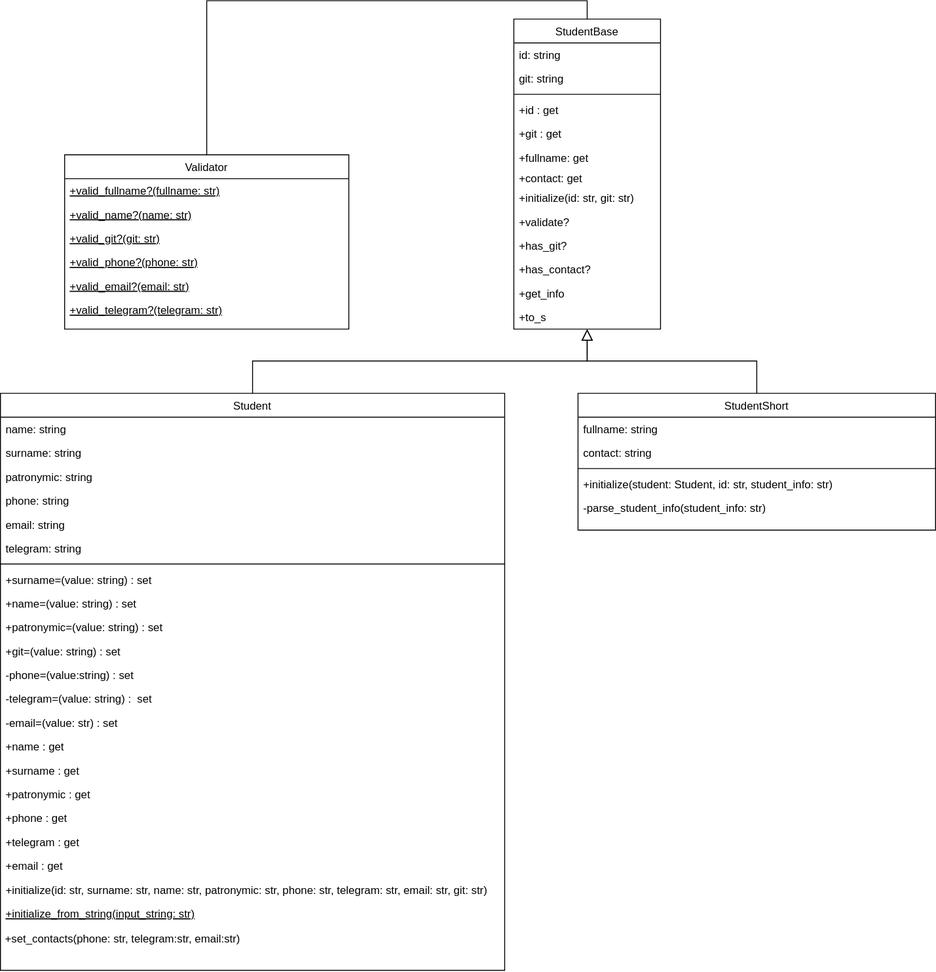
This is students/diagrams/students.svg from NoidHuma/programming_patterns, a draw.io export, as it was before one commit. Source tidied: cells renumbered, new cells last; positions are measured from the earlier drawing's top-left corner, leaving out a move shared by most shapes. The source it was exported from:
```xml
<mxGraphModel>
  <root>
    <mxCell id="0" />
    <mxCell id="1" parent="0" />
    <mxCell id="2" value="StudentBase" style="swimlane;fontStyle=0;align=center;verticalAlign=top;horizontal=1;startSize=26;rounded=0;shadow=0;strokeWidth=1;" parent="1" vertex="1">
      <mxGeometry x="560" width="160" height="338" as="geometry" />
    </mxCell>
    <mxCell id="3" value="id: string " style="text;align=left;verticalAlign=top;spacingLeft=4;spacingRight=4;overflow=hidden;rounded=0;shadow=0;html=0;" parent="2" vertex="1">
      <mxGeometry y="26" width="160" height="26" as="geometry" />
    </mxCell>
    <mxCell id="4" value="git: string&#10; " style="text;align=left;verticalAlign=top;spacingLeft=4;spacingRight=4;overflow=hidden;rounded=0;shadow=0;html=0;" parent="2" vertex="1">
      <mxGeometry y="52" width="160" height="26" as="geometry" />
    </mxCell>
    <mxCell id="5" style="line;html=1;strokeWidth=1;align=left;verticalAlign=middle;spacingTop=-1;spacingLeft=3;spacingRight=3;labelPosition=right;" parent="2" vertex="1">
      <mxGeometry y="78" width="160" height="8" as="geometry" />
    </mxCell>
    <mxCell id="6" value="+id : get" style="text;align=left;verticalAlign=top;spacingLeft=4;spacingRight=4;overflow=hidden;" parent="2" vertex="1">
      <mxGeometry y="86" width="160" height="26" as="geometry" />
    </mxCell>
    <mxCell id="7" value="+git : get" style="text;align=left;verticalAlign=top;spacingLeft=4;spacingRight=4;overflow=hidden;" parent="2" vertex="1">
      <mxGeometry y="112" width="160" height="26" as="geometry" />
    </mxCell>
    <mxCell id="8" value="+fullname: get" style="text;align=left;verticalAlign=top;spacingLeft=4;spacingRight=4;overflow=hidden;" parent="2" vertex="1">
      <mxGeometry y="138" width="160" height="22" as="geometry" />
    </mxCell>
    <mxCell id="9" value="+contact: get" style="text;align=left;verticalAlign=top;spacingLeft=4;spacingRight=4;overflow=hidden;" parent="2" vertex="1">
      <mxGeometry y="160" width="160" height="22" as="geometry" />
    </mxCell>
    <mxCell id="10" value="+initialize(id: str, git: str)" style="text;align=left;verticalAlign=top;spacingLeft=4;spacingRight=4;overflow=hidden;" parent="2" vertex="1">
      <mxGeometry y="182" width="160" height="26" as="geometry" />
    </mxCell>
    <mxCell id="11" value="+validate?" style="text;align=left;verticalAlign=top;spacingLeft=4;spacingRight=4;overflow=hidden;" parent="2" vertex="1">
      <mxGeometry y="208" width="160" height="26" as="geometry" />
    </mxCell>
    <mxCell id="12" value="+has_git?" style="text;align=left;verticalAlign=top;spacingLeft=4;spacingRight=4;overflow=hidden;" parent="2" vertex="1">
      <mxGeometry y="234" width="160" height="26" as="geometry" />
    </mxCell>
    <mxCell id="13" value="+has_contact?" style="text;align=left;verticalAlign=top;spacingLeft=4;spacingRight=4;overflow=hidden;" parent="2" vertex="1">
      <mxGeometry y="260" width="160" height="26" as="geometry" />
    </mxCell>
    <mxCell id="14" value="+get_info" style="text;align=left;verticalAlign=top;spacingLeft=4;spacingRight=4;overflow=hidden;" parent="2" vertex="1">
      <mxGeometry y="286" width="160" height="26" as="geometry" />
    </mxCell>
    <mxCell id="15" value="+to_s" style="text;align=left;verticalAlign=top;spacingLeft=4;spacingRight=4;overflow=hidden;" parent="2" vertex="1">
      <mxGeometry y="312" width="160" height="26" as="geometry" />
    </mxCell>
    <mxCell id="16" value="Student" style="swimlane;fontStyle=0;align=center;verticalAlign=top;horizontal=1;startSize=26;rounded=0;shadow=0;strokeWidth=1;" parent="1" vertex="1">
      <mxGeometry y="408" width="550" height="629" as="geometry" />
    </mxCell>
    <mxCell id="17" value="name: string" style="text;align=left;verticalAlign=top;spacingLeft=4;spacingRight=4;overflow=hidden;" parent="16" vertex="1">
      <mxGeometry y="26" width="550" height="26" as="geometry" />
    </mxCell>
    <mxCell id="18" value="surname: string" style="text;align=left;verticalAlign=top;spacingLeft=4;spacingRight=4;overflow=hidden;rounded=0;shadow=0;html=0;" parent="16" vertex="1">
      <mxGeometry y="52" width="550" height="26" as="geometry" />
    </mxCell>
    <mxCell id="19" value="patronymic: string" style="text;align=left;verticalAlign=top;spacingLeft=4;spacingRight=4;overflow=hidden;rounded=0;shadow=0;html=0;" parent="16" vertex="1">
      <mxGeometry y="78" width="550" height="26" as="geometry" />
    </mxCell>
    <mxCell id="20" value="phone: string" style="text;align=left;verticalAlign=top;spacingLeft=4;spacingRight=4;overflow=hidden;rounded=0;shadow=0;html=0;" parent="16" vertex="1">
      <mxGeometry y="104" width="550" height="26" as="geometry" />
    </mxCell>
    <mxCell id="21" value="email: string" style="text;align=left;verticalAlign=top;spacingLeft=4;spacingRight=4;overflow=hidden;rounded=0;shadow=0;html=0;" parent="16" vertex="1">
      <mxGeometry y="130" width="550" height="26" as="geometry" />
    </mxCell>
    <mxCell id="22" value="telegram: string" style="text;align=left;verticalAlign=top;spacingLeft=4;spacingRight=4;overflow=hidden;rounded=0;shadow=0;html=0;" parent="16" vertex="1">
      <mxGeometry y="156" width="550" height="26" as="geometry" />
    </mxCell>
    <mxCell id="23" style="line;html=1;strokeWidth=1;align=left;verticalAlign=middle;spacingTop=-1;spacingLeft=3;spacingRight=3;labelPosition=right;" parent="16" vertex="1">
      <mxGeometry y="182" width="550" height="8" as="geometry" />
    </mxCell>
    <mxCell id="24" value="+surname=(value: string) : set" style="text;align=left;verticalAlign=top;spacingLeft=4;spacingRight=4;overflow=hidden;" parent="16" vertex="1">
      <mxGeometry y="190" width="550" height="26" as="geometry" />
    </mxCell>
    <mxCell id="25" value="+name=(value: string) : set" style="text;align=left;verticalAlign=top;spacingLeft=4;spacingRight=4;overflow=hidden;" parent="16" vertex="1">
      <mxGeometry y="216" width="550" height="26" as="geometry" />
    </mxCell>
    <mxCell id="26" value="+patronymic=(value: string) : set" style="text;align=left;verticalAlign=top;spacingLeft=4;spacingRight=4;overflow=hidden;" parent="16" vertex="1">
      <mxGeometry y="242" width="550" height="26" as="geometry" />
    </mxCell>
    <mxCell id="27" value="+git=(value: string) : set" style="text;align=left;verticalAlign=top;spacingLeft=4;spacingRight=4;overflow=hidden;" parent="16" vertex="1">
      <mxGeometry y="268" width="550" height="26" as="geometry" />
    </mxCell>
    <mxCell id="28" value="-phone=(value:string) : set" style="text;align=left;verticalAlign=top;spacingLeft=4;spacingRight=4;overflow=hidden;" parent="16" vertex="1">
      <mxGeometry y="294" width="550" height="26" as="geometry" />
    </mxCell>
    <mxCell id="29" value="-telegram=(value: string) :  set" style="text;align=left;verticalAlign=top;spacingLeft=4;spacingRight=4;overflow=hidden;" parent="16" vertex="1">
      <mxGeometry y="320" width="550" height="26" as="geometry" />
    </mxCell>
    <mxCell id="30" value="-email=(value: str) : set" style="text;align=left;verticalAlign=top;spacingLeft=4;spacingRight=4;overflow=hidden;" parent="16" vertex="1">
      <mxGeometry y="346" width="550" height="26" as="geometry" />
    </mxCell>
    <mxCell id="31" value="+name : get" style="text;align=left;verticalAlign=top;spacingLeft=4;spacingRight=4;overflow=hidden;" parent="16" vertex="1">
      <mxGeometry y="372" width="550" height="26" as="geometry" />
    </mxCell>
    <mxCell id="32" value="+surname : get" style="text;align=left;verticalAlign=top;spacingLeft=4;spacingRight=4;overflow=hidden;" parent="16" vertex="1">
      <mxGeometry y="398" width="550" height="26" as="geometry" />
    </mxCell>
    <mxCell id="33" value="+patronymic : get" style="text;align=left;verticalAlign=top;spacingLeft=4;spacingRight=4;overflow=hidden;" parent="16" vertex="1">
      <mxGeometry y="424" width="550" height="26" as="geometry" />
    </mxCell>
    <mxCell id="34" value="+phone : get" style="text;align=left;verticalAlign=top;spacingLeft=4;spacingRight=4;overflow=hidden;" parent="16" vertex="1">
      <mxGeometry y="450" width="550" height="26" as="geometry" />
    </mxCell>
    <mxCell id="35" value="+telegram : get" style="text;align=left;verticalAlign=top;spacingLeft=4;spacingRight=4;overflow=hidden;" parent="16" vertex="1">
      <mxGeometry y="476" width="550" height="26" as="geometry" />
    </mxCell>
    <mxCell id="36" value="+email : get" style="text;align=left;verticalAlign=top;spacingLeft=4;spacingRight=4;overflow=hidden;" parent="16" vertex="1">
      <mxGeometry y="502" width="550" height="26" as="geometry" />
    </mxCell>
    <mxCell id="37" value="+initialize(id: str, surname: str, name: str, patronymic: str, phone: str, telegram: str, email: str, git: str)" style="text;align=left;verticalAlign=top;spacingLeft=4;spacingRight=4;overflow=hidden;" parent="16" vertex="1">
      <mxGeometry y="528" width="550" height="26" as="geometry" />
    </mxCell>
    <mxCell id="38" value="+initialize_from_string(input_string: str)" style="text;align=left;verticalAlign=top;spacingLeft=4;spacingRight=4;overflow=hidden;fontStyle=4;" parent="16" vertex="1">
      <mxGeometry y="554" width="550" height="26" as="geometry" />
    </mxCell>
    <mxCell id="39" value="&amp;nbsp;+set_contacts(phone: str, telegram:str, email:str)" style="text;html=1;align=left;verticalAlign=middle;whiteSpace=wrap;rounded=0;" parent="16" vertex="1">
      <mxGeometry y="580" width="550" height="30" as="geometry" />
    </mxCell>
    <mxCell id="40" style="endArrow=block;endSize=10;endFill=0;shadow=0;strokeWidth=1;rounded=0;edgeStyle=elbowEdgeStyle;elbow=vertical;" parent="1" edge="1" source="16" target="2">
      <mxGeometry relative="1" as="geometry" />
    </mxCell>
    <mxCell id="41" style="endArrow=block;endSize=10;endFill=0;shadow=0;strokeWidth=1;rounded=0;edgeStyle=elbowEdgeStyle;elbow=vertical;exitX=0.5;exitY=0;exitDx=0;exitDy=0;" parent="1" edge="1" source="42" target="2">
      <mxGeometry relative="1" as="geometry" />
    </mxCell>
    <mxCell id="42" value="StudentShort" style="swimlane;fontStyle=0;align=center;verticalAlign=top;horizontal=1;startSize=26;rounded=0;shadow=0;strokeWidth=1;" parent="1" vertex="1">
      <mxGeometry x="630" y="408" width="390" height="149" as="geometry" />
    </mxCell>
    <mxCell id="43" value="fullname: string" style="text;align=left;verticalAlign=top;spacingLeft=4;spacingRight=4;overflow=hidden;" parent="42" vertex="1">
      <mxGeometry y="26" width="390" height="26" as="geometry" />
    </mxCell>
    <mxCell id="44" value="contact: string" style="text;align=left;verticalAlign=top;spacingLeft=4;spacingRight=4;overflow=hidden;" parent="42" vertex="1">
      <mxGeometry y="52" width="390" height="26" as="geometry" />
    </mxCell>
    <mxCell id="45" style="line;html=1;strokeWidth=1;align=left;verticalAlign=middle;spacingTop=-1;spacingLeft=3;spacingRight=3;labelPosition=right;" parent="42" vertex="1">
      <mxGeometry y="78" width="390" height="8" as="geometry" />
    </mxCell>
    <mxCell id="46" value="+initialize(student: Student, id: str, student_info: str)" style="text;align=left;verticalAlign=top;spacingLeft=4;spacingRight=4;overflow=hidden;" parent="42" vertex="1">
      <mxGeometry y="86" width="390" height="26" as="geometry" />
    </mxCell>
    <mxCell id="47" value="-parse_student_info(student_info: str)" style="text;align=left;verticalAlign=top;spacingLeft=4;spacingRight=4;overflow=hidden;" parent="42" vertex="1">
      <mxGeometry y="112" width="390" height="26" as="geometry" />
    </mxCell>
    <mxCell id="48" style="edgeStyle=orthogonalEdgeStyle;rounded=0;jettySize=auto;html=1;entryX=0.5;entryY=0;entryDx=0;entryDy=0;exitX=0.5;exitY=0;exitDx=0;exitDy=0;endArrow=none;endFill=0;endSize=10;" parent="1" edge="1" source="49" target="2">
      <mxGeometry relative="1" as="geometry" />
    </mxCell>
    <mxCell id="49" value="Validator" style="swimlane;fontStyle=0;align=center;verticalAlign=top;horizontal=1;startSize=26;rounded=0;shadow=0;strokeWidth=1;" parent="1" vertex="1">
      <mxGeometry x="70" y="148" width="310" height="190" as="geometry" />
    </mxCell>
    <mxCell id="50" value="+valid_fullname?(fullname: str)" style="text;align=left;verticalAlign=top;spacingLeft=4;spacingRight=4;overflow=hidden;fontStyle=4;" parent="49" vertex="1">
      <mxGeometry y="26" width="310" height="26" as="geometry" />
    </mxCell>
    <mxCell id="51" value="+valid_name?(name: str)" style="text;align=left;verticalAlign=top;spacingLeft=4;spacingRight=4;overflow=hidden;fontStyle=4;" parent="49" vertex="1">
      <mxGeometry y="52" width="310" height="26" as="geometry" />
    </mxCell>
    <mxCell id="52" value="+valid_git?(git: str)" style="text;align=left;verticalAlign=top;spacingLeft=4;spacingRight=4;overflow=hidden;fontStyle=4;" parent="49" vertex="1">
      <mxGeometry y="78" width="310" height="26" as="geometry" />
    </mxCell>
    <mxCell id="53" value="+valid_phone?(phone: str)" style="text;align=left;verticalAlign=top;spacingLeft=4;spacingRight=4;overflow=hidden;fontStyle=4;" parent="49" vertex="1">
      <mxGeometry y="104" width="310" height="26" as="geometry" />
    </mxCell>
    <mxCell id="54" value="+valid_email?(email: str)" style="text;align=left;verticalAlign=top;spacingLeft=4;spacingRight=4;overflow=hidden;fontStyle=4;" parent="49" vertex="1">
      <mxGeometry y="130" width="310" height="26" as="geometry" />
    </mxCell>
    <mxCell id="55" value="+valid_telegram?(telegram: str)" style="text;align=left;verticalAlign=top;spacingLeft=4;spacingRight=4;overflow=hidden;fontStyle=4;" parent="49" vertex="1">
      <mxGeometry y="156" width="310" height="26" as="geometry" />
    </mxCell>
  </root>
</mxGraphModel>
```
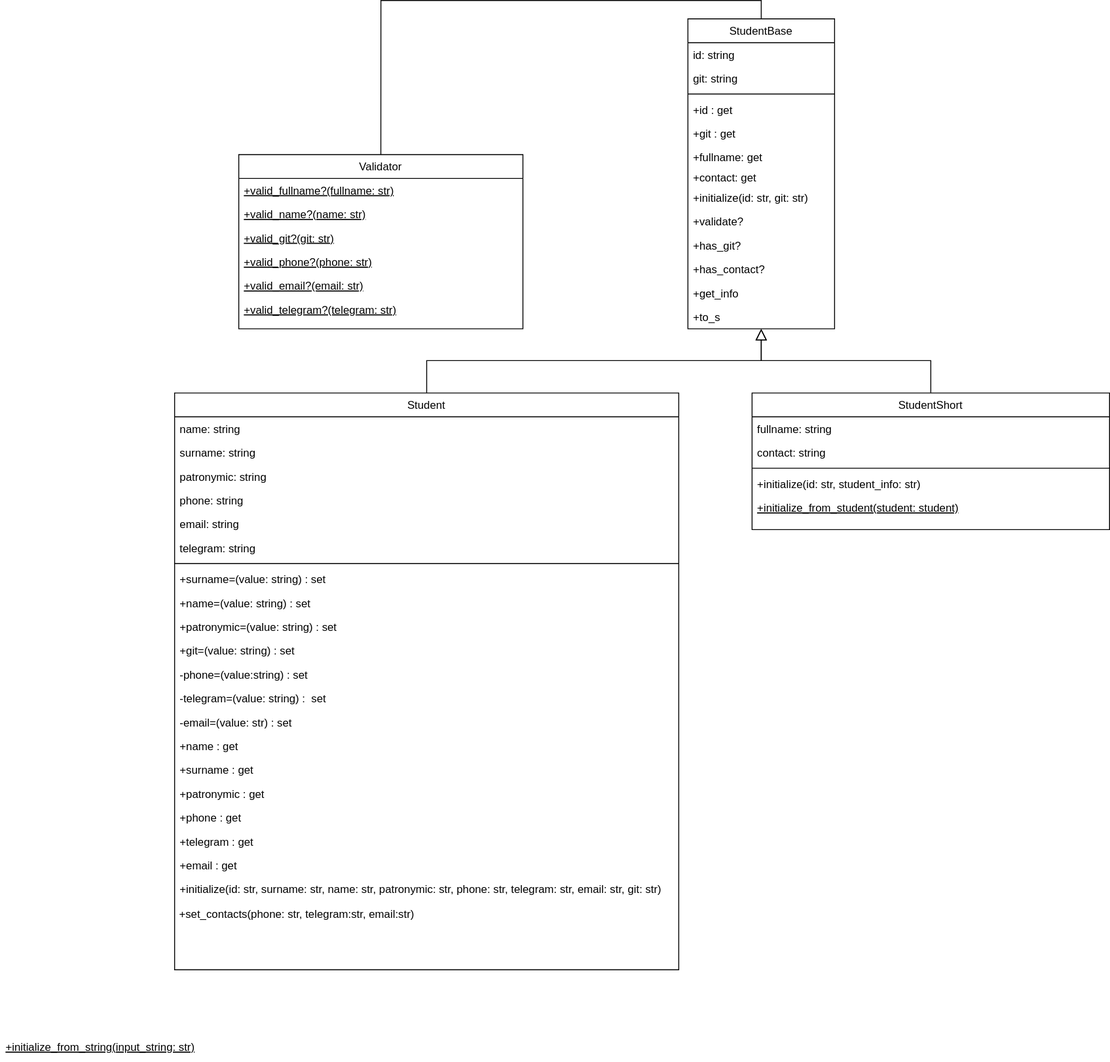
Above is the later version.

What changed in the source:
```diff
@@ -110,11 +110,8 @@
     <mxCell id="37" value="+initialize(id: str, surname: str, name: str, patronymic: str, phone: str, telegram: str, email: str, git: str)" style="text;align=left;verticalAlign=top;spacingLeft=4;spacingRight=4;overflow=hidden;" parent="16" vertex="1">
       <mxGeometry y="528" width="550" height="26" as="geometry" />
     </mxCell>
-    <mxCell id="38" value="+initialize_from_string(input_string: str)" style="text;align=left;verticalAlign=top;spacingLeft=4;spacingRight=4;overflow=hidden;fontStyle=4;" parent="16" vertex="1">
-      <mxGeometry y="554" width="550" height="26" as="geometry" />
-    </mxCell>
     <mxCell id="39" value="&amp;nbsp;+set_contacts(phone: str, telegram:str, email:str)" style="text;html=1;align=left;verticalAlign=middle;whiteSpace=wrap;rounded=0;" parent="16" vertex="1">
-      <mxGeometry y="580" width="550" height="30" as="geometry" />
+      <mxGeometry y="554" width="550" height="30" as="geometry" />
     </mxCell>
     <mxCell id="40" style="endArrow=block;endSize=10;endFill=0;shadow=0;strokeWidth=1;rounded=0;edgeStyle=elbowEdgeStyle;elbow=vertical;" parent="1" edge="1" source="16" target="2">
       <mxGeometry relative="1" as="geometry" />
@@ -134,10 +131,10 @@
     <mxCell id="45" style="line;html=1;strokeWidth=1;align=left;verticalAlign=middle;spacingTop=-1;spacingLeft=3;spacingRight=3;labelPosition=right;" parent="42" vertex="1">
       <mxGeometry y="78" width="390" height="8" as="geometry" />
     </mxCell>
-    <mxCell id="46" value="+initialize(student: Student, id: str, student_info: str)" style="text;align=left;verticalAlign=top;spacingLeft=4;spacingRight=4;overflow=hidden;" parent="42" vertex="1">
+    <mxCell id="46" value="+initialize(id: str, student_info: str)" style="text;align=left;verticalAlign=top;spacingLeft=4;spacingRight=4;overflow=hidden;" parent="42" vertex="1">
       <mxGeometry y="86" width="390" height="26" as="geometry" />
     </mxCell>
-    <mxCell id="47" value="-parse_student_info(student_info: str)" style="text;align=left;verticalAlign=top;spacingLeft=4;spacingRight=4;overflow=hidden;" parent="42" vertex="1">
+    <mxCell id="47" value="+initialize_from_student(student: student)" style="text;align=left;verticalAlign=top;spacingLeft=4;spacingRight=4;overflow=hidden;fontStyle=4;" parent="42" vertex="1">
       <mxGeometry y="112" width="390" height="26" as="geometry" />
     </mxCell>
     <mxCell id="48" style="edgeStyle=orthogonalEdgeStyle;rounded=0;jettySize=auto;html=1;entryX=0.5;entryY=0;entryDx=0;entryDy=0;exitX=0.5;exitY=0;exitDx=0;exitDy=0;endArrow=none;endFill=0;endSize=10;" parent="1" edge="1" source="49" target="2">
@@ -164,5 +161,8 @@
     <mxCell id="55" value="+valid_telegram?(telegram: str)" style="text;align=left;verticalAlign=top;spacingLeft=4;spacingRight=4;overflow=hidden;fontStyle=4;" parent="49" vertex="1">
       <mxGeometry y="156" width="310" height="26" as="geometry" />
     </mxCell>
+    <mxCell id="38" value="+initialize_from_string(input_string: str)" style="text;align=left;verticalAlign=top;spacingLeft=4;spacingRight=4;overflow=hidden;fontStyle=4;" parent="1" vertex="1">
+      <mxGeometry x="-190" y="1108" width="550" height="26" as="geometry" />
+    </mxCell>
   </root>
 </mxGraphModel>
```
